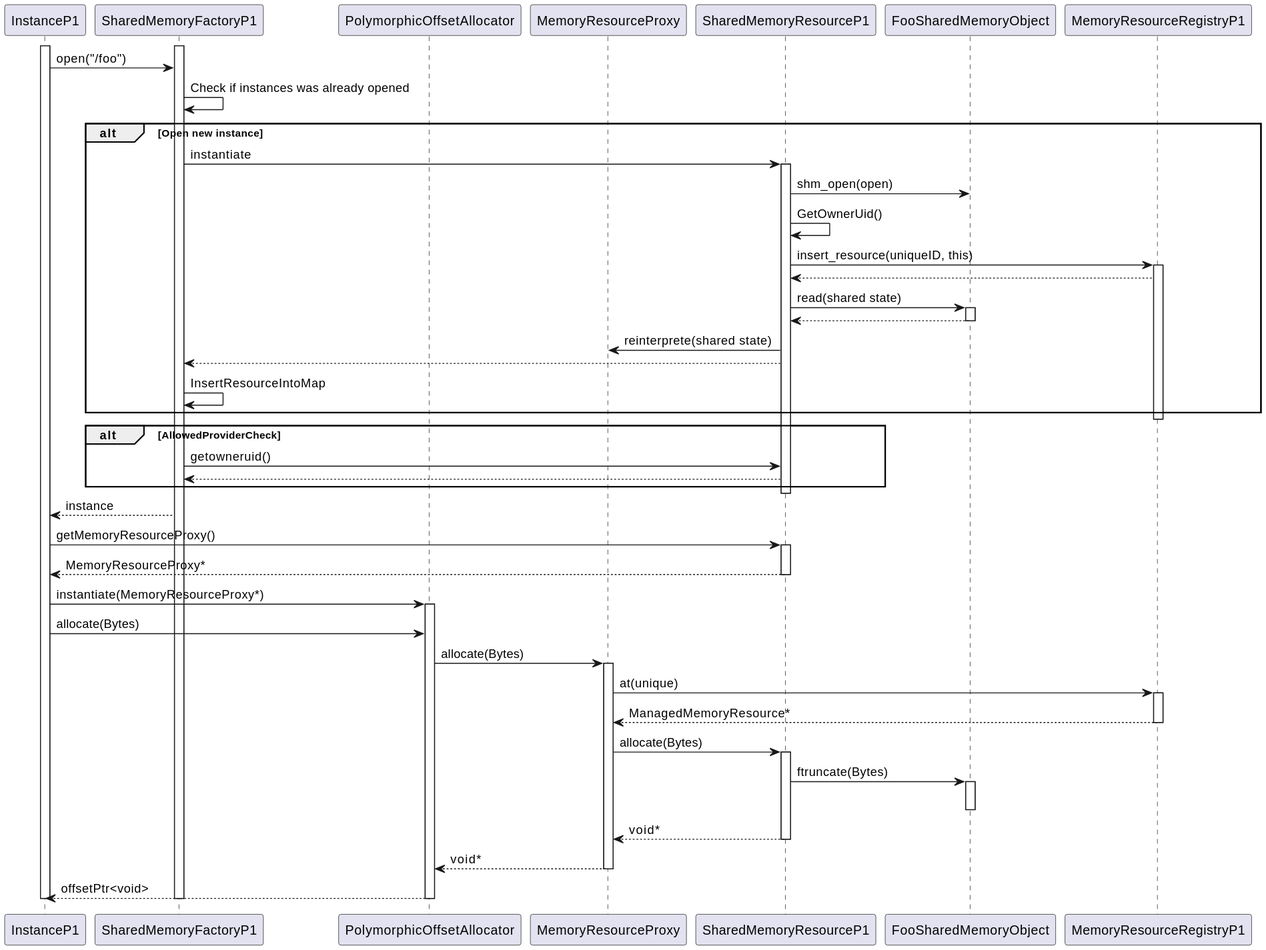
Above: score/memory/design/shared_memory/generated/svg/memory_allocation_workflow_seq.svg in eclipse-score/communication (PlantUML), before the change. Source of this version:
```plantuml
@startuml

participant InstanceP1 as Instance
participant SharedMemoryFactoryP1 as Factory
participant PolymorphicOffsetAllocator as Allocator
participant MemoryResourceProxy as Proxy
participant SharedMemoryResourceP1 as Resource
participant FooSharedMemoryObject as FooObject
participant MemoryResourceRegistryP1 as Registry


activate Instance
activate Factory
Instance -> Factory: open("/foo")
Factory -> Factory: Check if instances was already opened


alt Open new instance
    Factory -> Resource: instantiate
    activate Resource
    Resource -> FooObject: shm_open(open)

    Resource -> Resource: GetOwnerUid()

    Resource -> Registry: insert_resource(uniqueID, this)
    activate Registry
    Registry --> Resource


    Resource -> FooObject: read(shared state)
    activate FooObject
    FooObject --> Resource
    deactivate FooObject

    Resource -> Proxy: reinterprete(shared state)

    Resource --> Factory

    Factory -> Factory: InsertResourceIntoMap

end


deactivate Registry


alt AllowedProviderCheck
    Factory-> Resource: getowneruid()
    Resource --> Factory

end
deactivate Resource

Factory --> Instance: instance

Instance -> Resource: getMemoryResourceProxy()
activate Resource
Resource --> Instance: MemoryResourceProxy*
deactivate Resource

Instance -> Allocator: instantiate(MemoryResourceProxy*)
activate Allocator
Instance -> Allocator: allocate(Bytes)
Allocator -> Proxy: allocate(Bytes)
activate Proxy
Proxy -> Registry: at(unique)
activate Registry
Registry --> Proxy: ManagedMemoryResource*
deactivate Registry

Proxy -> Resource: allocate(Bytes)
activate Resource
Resource -> FooObject: ftruncate(Bytes)
activate FooObject
deactivate FooObject

Resource --> Proxy: void*
deactivate Resource

Proxy --> Allocator: void*
deactivate Proxy

Allocator --> Instance: offsetPtr<void>
deactivate Allocator





deactivate Factory
deactivate Instance
@enduml
```
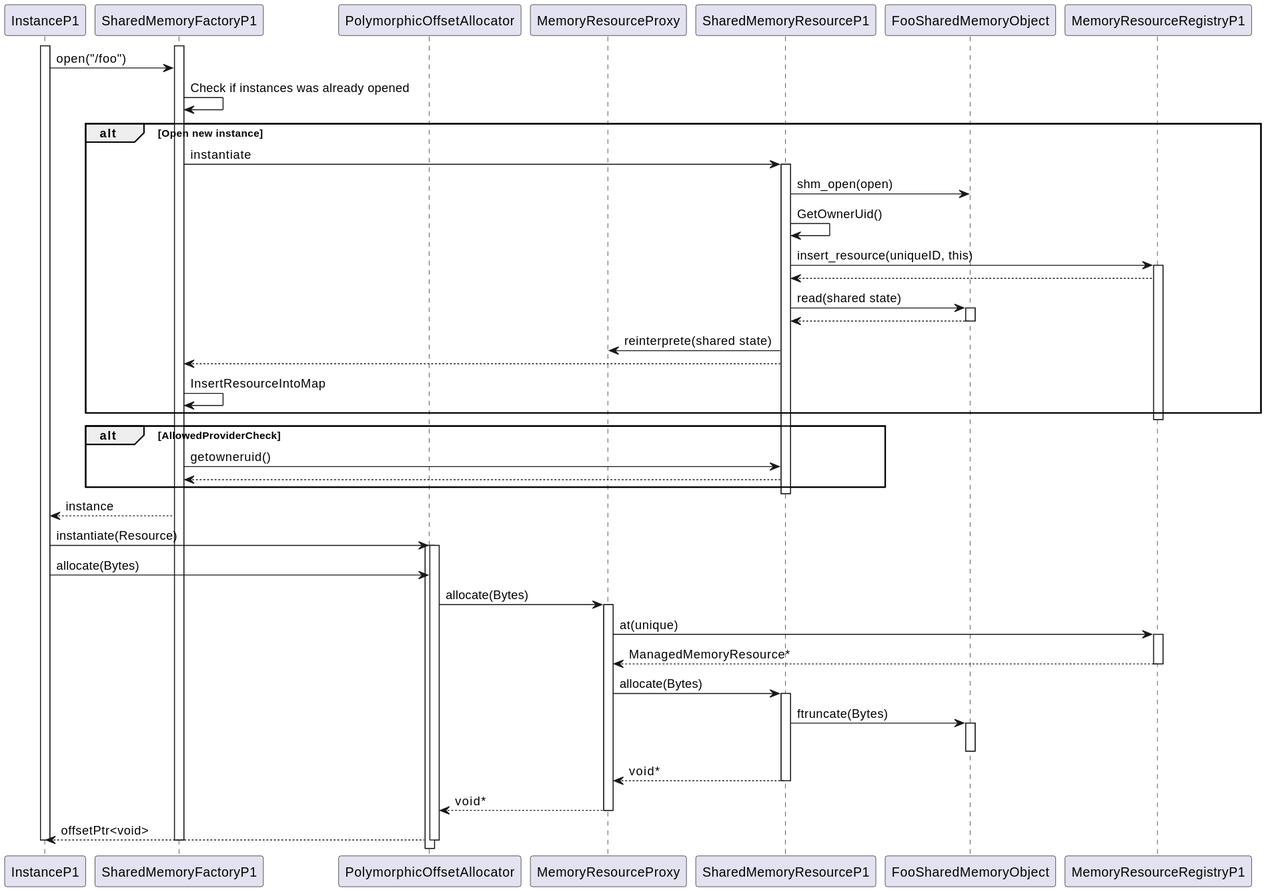
Above is the later version.

Commit message:
lib/memory: update UML diagrams

Some accessibility specifiers for the ManagedMemoryResource do not
reflect the current state of implementation.

GIT_ORIGIN_SPP_REV_ID: 2ce31f5d31b76058115a7caba104f6a88201be10

Diff of the diagram source:
```diff
@@ -53,12 +53,8 @@
 
 Factory --> Instance: instance
 
-Instance -> Resource: getMemoryResourceProxy()
-activate Resource
-Resource --> Instance: MemoryResourceProxy*
-deactivate Resource
-
-Instance -> Allocator: instantiate(MemoryResourceProxy*)
+Instance -> Allocator: instantiate(Resource)
+activate Allocator
 activate Allocator
 Instance -> Allocator: allocate(Bytes)
 Allocator -> Proxy: allocate(Bytes)
```
